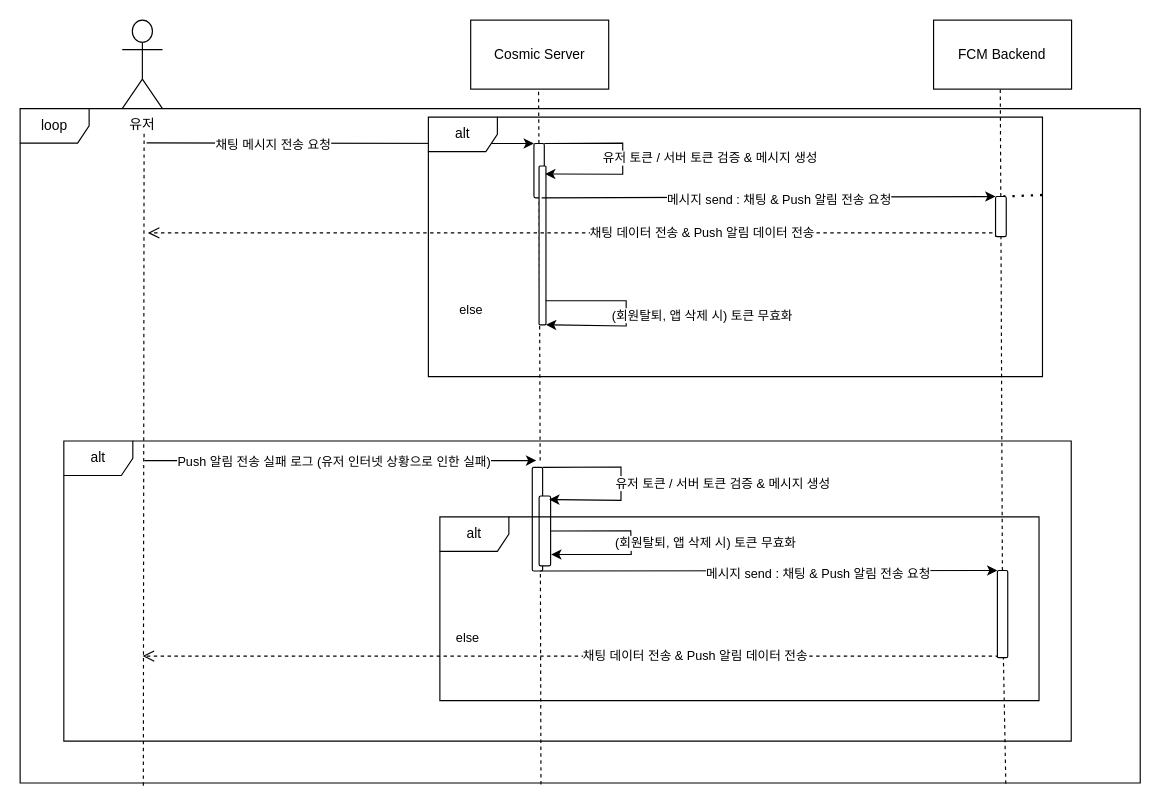
Earlier version of the draw.io diagram Fcm_Sequence_Diagram.drawio (spacedustz/Flow-Chart). Source tidied: cells renumbered, new cells numbered last; positions are measured from the earlier drawing's top-left corner, leaving out a move shared by most shapes. Both pictures are drawn from the tidied source at 115%, with x=0, y=0 at pixel (20, 20).
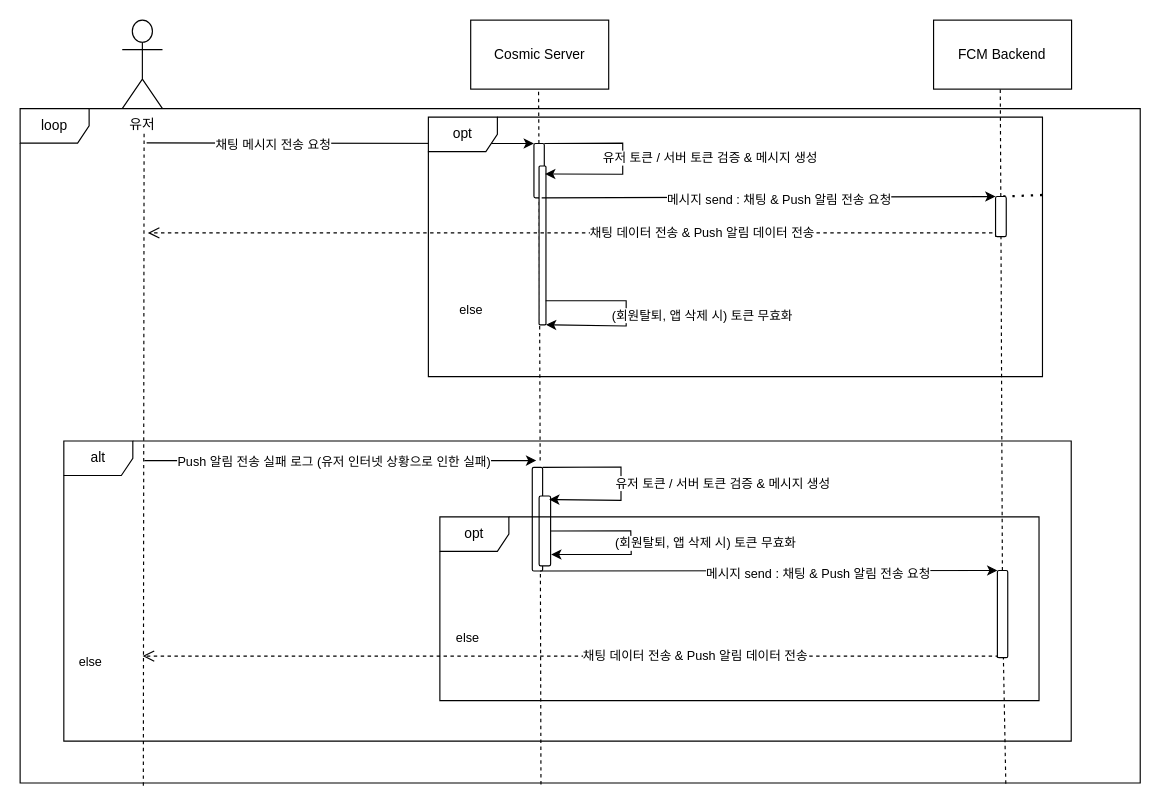
The same diagram, later.

Commit message:
Update Fcm_Sequence_Diagram

Diff of the diagram source:
```diff
@@
-    <mxCell id="19" value="alt" style="shape=umlFrame;whiteSpace=wrap;html=1;" parent="1" vertex="1">
+    <mxCell id="19" value="opt" style="shape=umlFrame;whiteSpace=wrap;html=1;" parent="1" vertex="1">
       <mxGeometry x="355" y="84.3" width="534" height="225.7" as="geometry" />
     </mxCell>
@@
-    <mxCell id="34" value="alt" style="shape=umlFrame;whiteSpace=wrap;html=1;" parent="1" vertex="1">
+    <mxCell id="34" value="opt" style="shape=umlFrame;whiteSpace=wrap;html=1;" parent="1" vertex="1">
       <mxGeometry x="365" y="432" width="521" height="159.7" as="geometry" />
     </mxCell>
@@
+    <mxCell id="43" value="else" style="edgeLabel;html=1;align=center;verticalAlign=middle;" parent="1" vertex="1">
+      <mxGeometry x="398" y="546" as="geometry">
+        <mxPoint x="-338" y="11" as="offset" />
+      </mxGeometry>
+    </mxCell>
```
